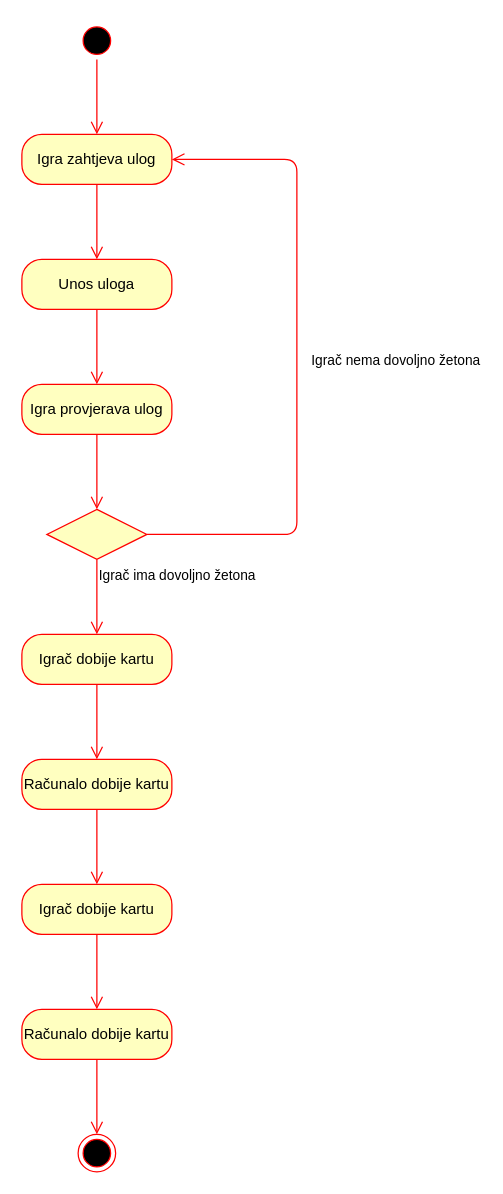
Above: page "Dijagram podaktivnost dijeljenja karata" (4 of 9) of Untitled Diagram.drawio in avrkic/21 (draw.io), before the change. Source tidied: cells renumbered, new cells numbered last; positions are measured from the earlier drawing's top-left corner, leaving out a move shared by most shapes. Both pictures are drawn from the tidied source at 125%, with x=0, y=0 at pixel (21, 21).
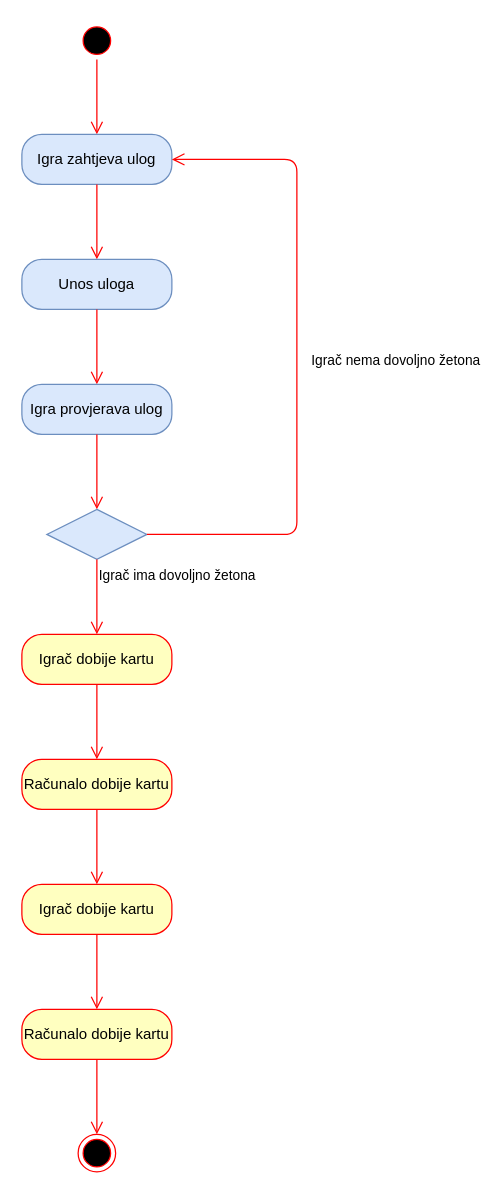
The same diagram, later.

What changed in the source:
```diff
@@
-    <mxCell id="4" value="Igra zahtjeva ulog" style="rounded=1;whiteSpace=wrap;html=1;arcSize=40;fontColor=#000000;fillColor=#ffffc0;strokeColor=#ff0000;" parent="1" vertex="1">
+    <mxCell id="4" value="Igra zahtjeva ulog" style="rounded=1;whiteSpace=wrap;html=1;arcSize=40;fillColor=#dae8fc;strokeColor=#6c8ebf;" parent="1" vertex="1">
       <mxGeometry y="90" width="120" height="40" as="geometry" />
     </mxCell>
@@
-    <mxCell id="6" value="Unos uloga" style="rounded=1;whiteSpace=wrap;html=1;arcSize=40;fontColor=#000000;fillColor=#ffffc0;strokeColor=#ff0000;" parent="1" vertex="1">
+    <mxCell id="6" value="Unos uloga" style="rounded=1;whiteSpace=wrap;html=1;arcSize=40;fillColor=#dae8fc;strokeColor=#6c8ebf;" parent="1" vertex="1">
       <mxGeometry y="190" width="120" height="40" as="geometry" />
     </mxCell>
@@
-    <mxCell id="8" value="Igra provjerava ulog" style="rounded=1;whiteSpace=wrap;html=1;arcSize=40;fontColor=#000000;fillColor=#ffffc0;strokeColor=#ff0000;" parent="1" vertex="1">
+    <mxCell id="8" value="Igra provjerava ulog" style="rounded=1;whiteSpace=wrap;html=1;arcSize=40;fillColor=#dae8fc;strokeColor=#6c8ebf;" parent="1" vertex="1">
       <mxGeometry y="290" width="120" height="40" as="geometry" />
     </mxCell>
@@
-    <mxCell id="10" style="rhombus;whiteSpace=wrap;html=1;fillColor=#ffffc0;strokeColor=#ff0000;" parent="1" vertex="1">
+    <mxCell id="10" style="rhombus;whiteSpace=wrap;html=1;fillColor=#dae8fc;strokeColor=#6c8ebf;" parent="1" vertex="1">
       <mxGeometry x="20" y="390" width="80" height="40" as="geometry" />
     </mxCell>
```
